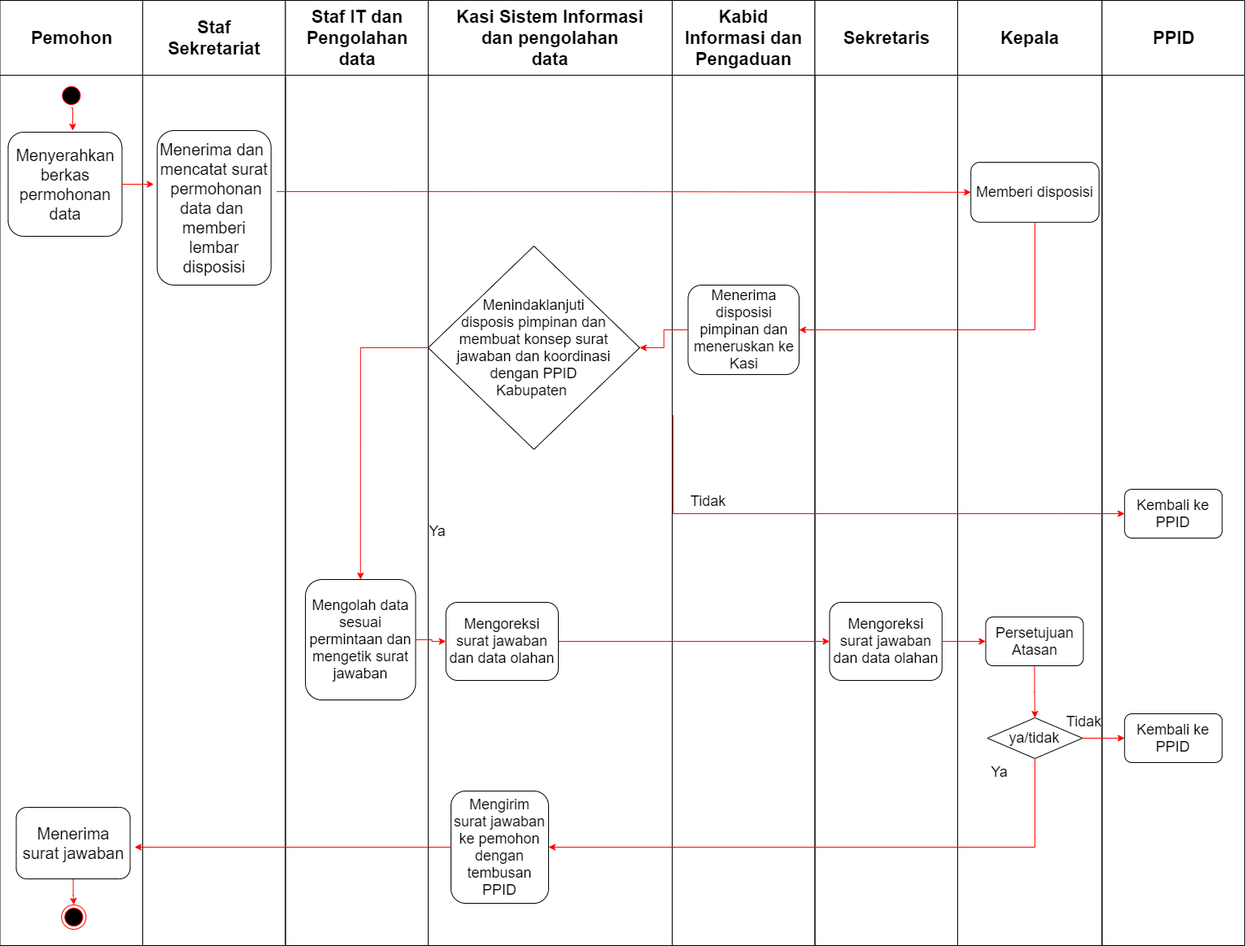
Earlier version of the draw.io export folder/STANDAR OPERASIONAL PROSEDUR SISTIM INFORMASI DATA.png (ferifahrul7/diagram-magang). Source tidied: cells renumbered, new cells last; positions are measured from the earlier drawing's top-left corner, leaving out a move shared by most shapes.
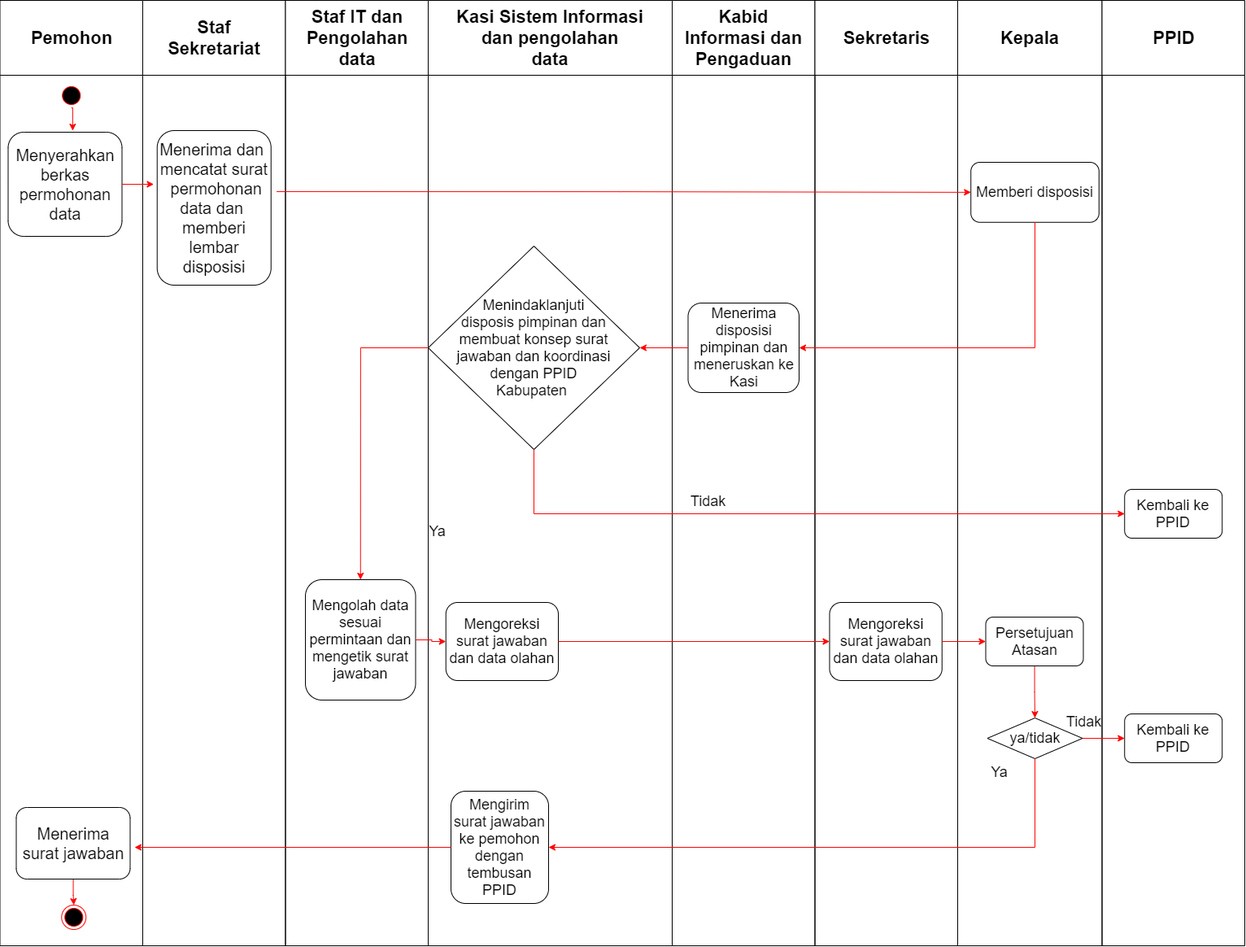
The same diagram one commit later.

The edit, as a diff of the source:
```diff
@@ -54,7 +54,7 @@
       <mxGeometry x="827" width="175.5" height="1162" as="geometry" />
     </mxCell>
     <mxCell id="19" value="Menerima disposisi pimpinan dan&lt;br style=&quot;font-size: 18px;&quot;&gt;meneruskan ke Kasi" style="rounded=1;whiteSpace=wrap;html=1;fontFamily=Helvetica;fontSize=18;fontColor=#000000;align=center;strokeColor=#000000;fillColor=#ffffff;" parent="18" vertex="1">
-      <mxGeometry x="19.5" y="350" width="136.5" height="110" as="geometry" />
+      <mxGeometry x="19.5" y="372" width="136.5" height="110" as="geometry" />
     </mxCell>
     <mxCell id="20" value="Tidak" style="text;html=1;align=center;verticalAlign=middle;fillColor=none;strokeColor=none;rounded=0;fontSize=18;fontColor=#000000;" parent="18" vertex="1">
       <mxGeometry x="13.5" y="601" width="60" height="30" as="geometry" />
@@ -104,12 +104,10 @@
     <mxCell id="35" style="edgeStyle=orthogonalEdgeStyle;rounded=0;jettySize=auto;html=1;exitX=0;exitY=0.5;exitDx=0;exitDy=0;fontSize=18;fontColor=#000000;strokeColor=#FF0303;entryX=1;entryY=0.5;entryDx=0;entryDy=0;" parent="1" edge="1" source="19" target="14">
       <mxGeometry relative="1" as="geometry" />
     </mxCell>
-    <mxCell id="36" style="edgeStyle=orthogonalEdgeStyle;rounded=0;jettySize=auto;html=1;exitX=1;exitY=0.5;exitDx=0;exitDy=0;entryX=0;entryY=0.5;entryDx=0;entryDy=0;fontSize=18;fontColor=#000000;strokeColor=#FF0303;" parent="1" edge="1" target="30">
+    <mxCell id="36" style="edgeStyle=orthogonalEdgeStyle;rounded=0;jettySize=auto;html=1;entryX=0;entryY=0.5;entryDx=0;entryDy=0;fontSize=18;fontColor=#000000;strokeColor=#FF0303;" parent="1" edge="1" source="14" target="30">
       <mxGeometry relative="1" as="geometry">
-        <mxPoint x="828" y="510" as="sourcePoint" />
         <Array as="points">
-          <mxPoint x="1307" y="631" />
-          <mxPoint x="1307" y="631" />
+          <mxPoint x="657" y="631" />
         </Array>
       </mxGeometry>
     </mxCell>
```
